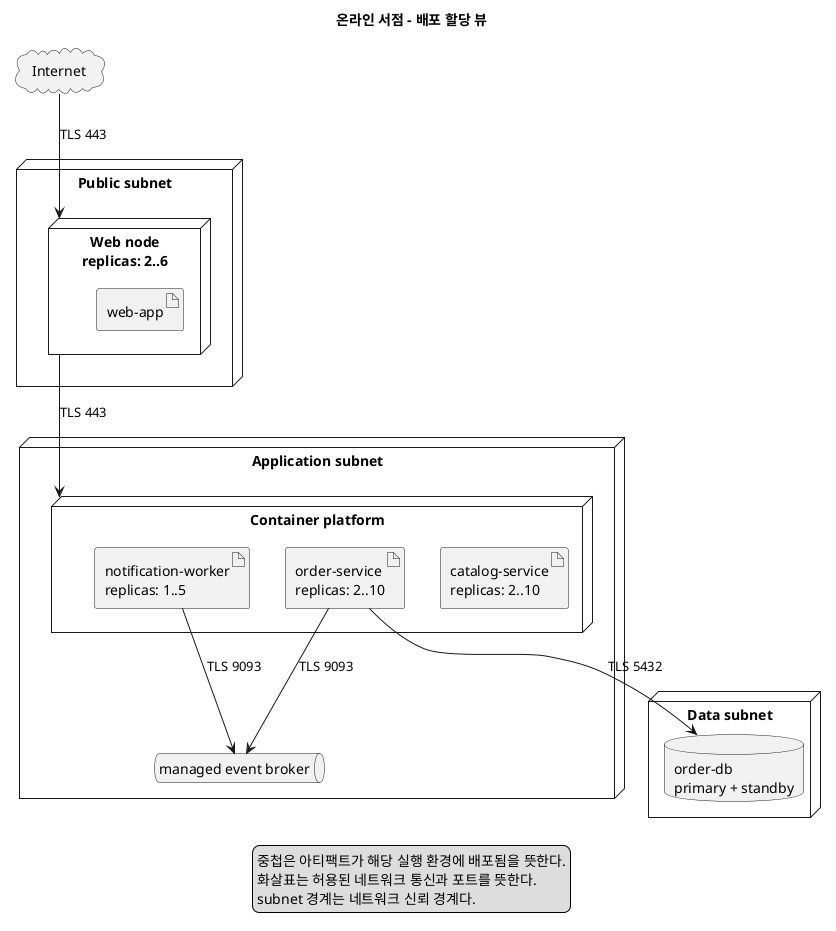
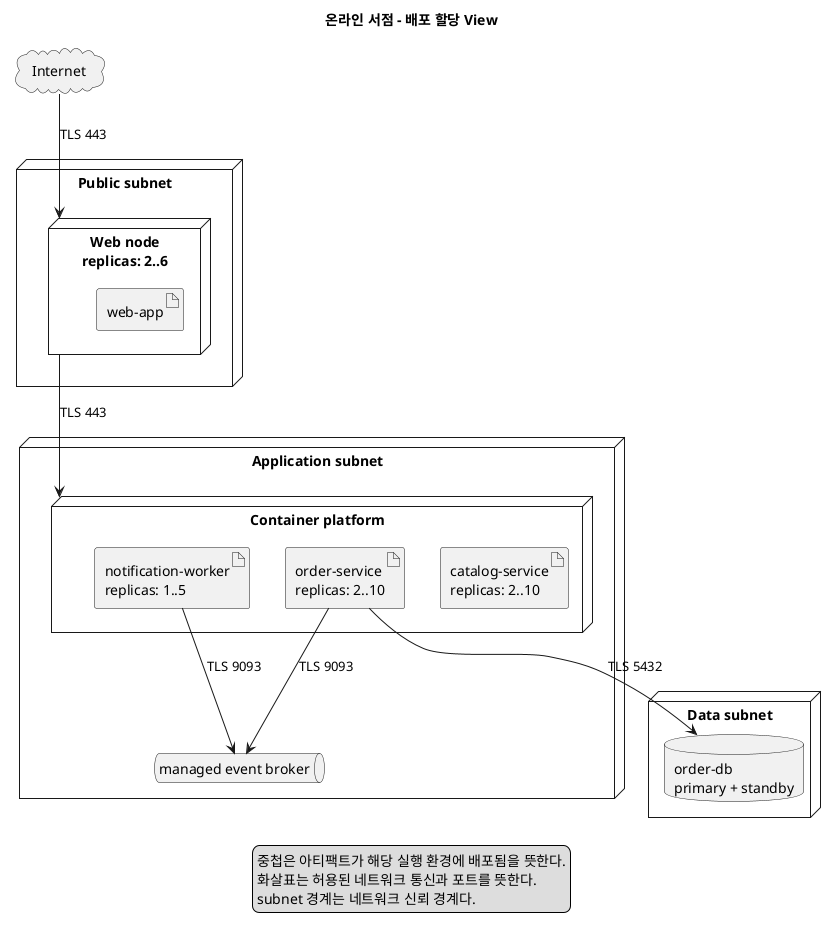
@startuml
- title 온라인 서점 - 배포 할당 뷰
+ title 온라인 서점 - 배포 할당 View
skinparam componentStyle rectangle

cloud "Internet" as internet

node "Public subnet" as public {
  node "Web node\nreplicas: 2..6" as webNode {
    artifact "web-app" as webArtifact
  }
}

node "Application subnet" as app {
  node "Container platform" as platform {
    artifact "catalog-service\nreplicas: 2..10" as catalogArtifact
    artifact "order-service\nreplicas: 2..10" as orderArtifact
    artifact "notification-worker\nreplicas: 1..5" as notificationArtifact
  }
  queue "managed event broker" as broker
}

node "Data subnet" as data {
  database "order-db\nprimary + standby" as db
}

internet --> webNode : TLS 443
webNode --> platform : TLS 443
orderArtifact --> broker : TLS 9093
notificationArtifact --> broker : TLS 9093
orderArtifact --> db : TLS 5432

legend bottom
  중첩은 아티팩트가 해당 실행 환경에 배포됨을 뜻한다.
  화살표는 허용된 네트워크 통신과 포트를 뜻한다.
  subnet 경계는 네트워크 신뢰 경계다.
endlegend
@enduml
